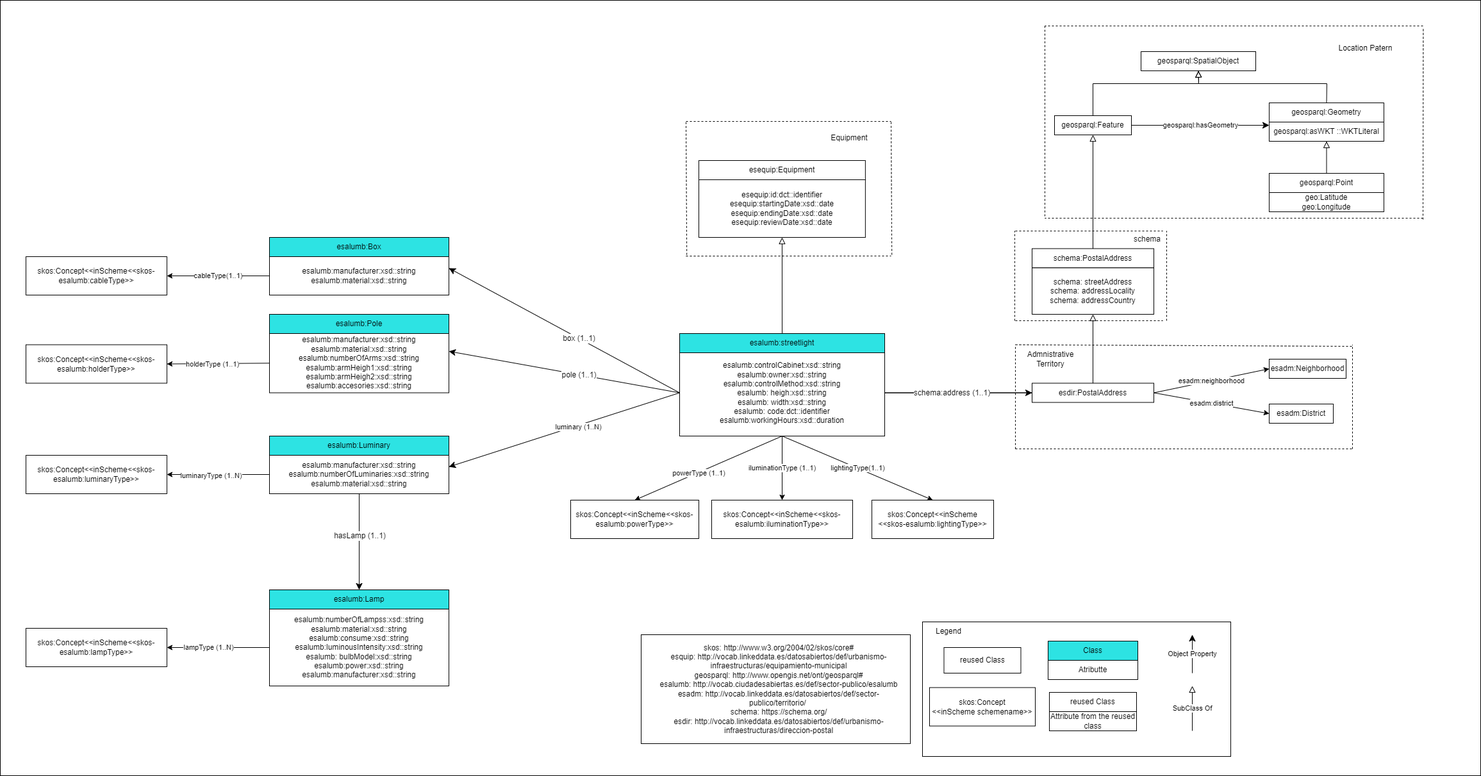
Before: v1.0-rc/ontology/images/Inglés/lightingDiagram.png, a diagram exported from draw.io (opencitydata/urbanismo-infraestructuras-alumbrado-publico). Source tidied: cells renumbered, new cells last; positions are measured from the earlier drawing's top-left corner, leaving out a move shared by most shapes.
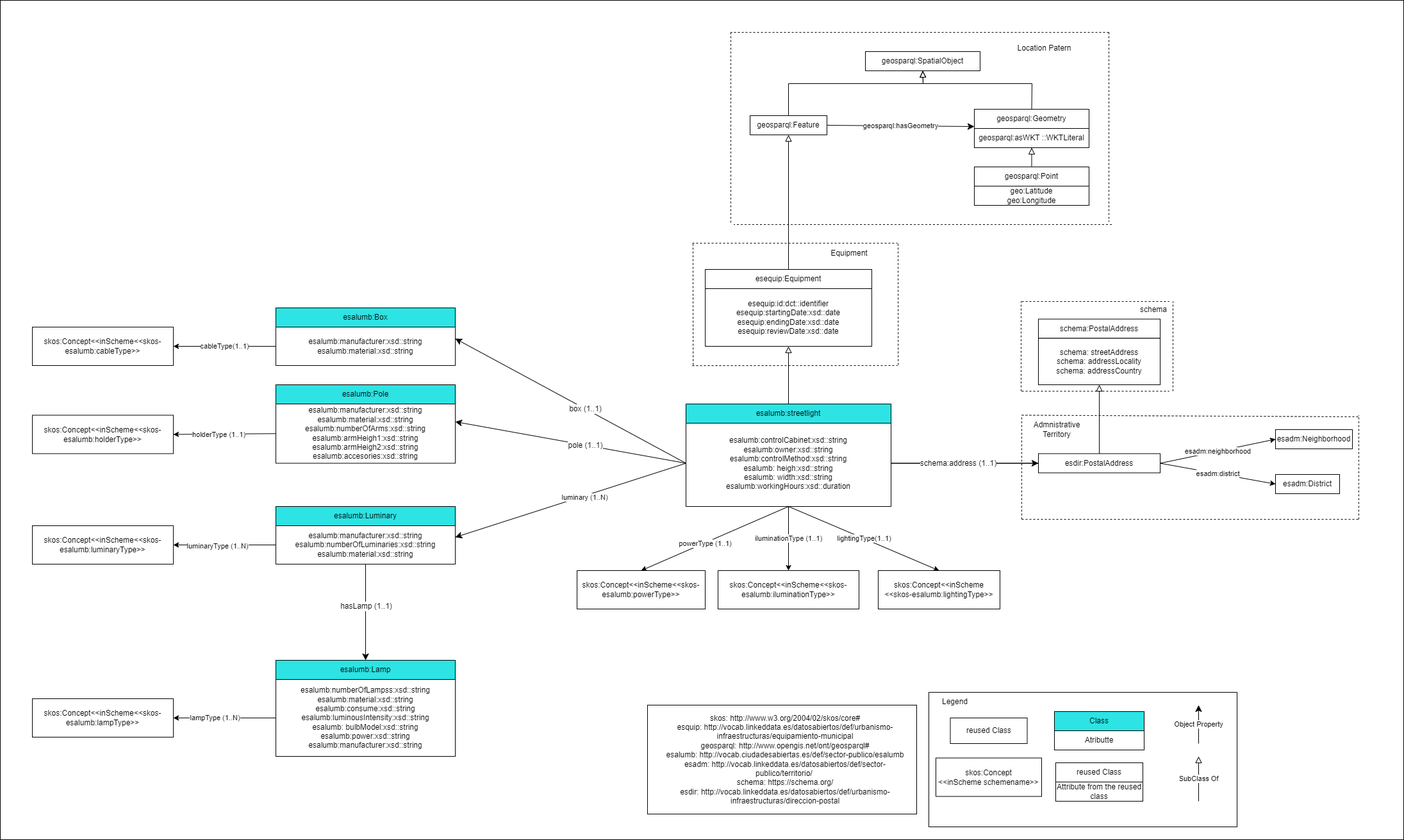
After the commit.

What changed in the source:
```diff
@@ -2,10 +2,10 @@
   <root>
     <mxCell id="0" />
     <mxCell id="1" parent="0" />
-    <mxCell id="2" style="rounded=0;whiteSpace=wrap;html=1;" parent="1" vertex="1">
-      <mxGeometry width="2310" height="1210" as="geometry" />
-    </mxCell>
+    <mxCell id="98" style="rounded=0;whiteSpace=wrap;html=1;" parent="1" vertex="1">
+      <mxGeometry x="-10" y="-110" width="2190" height="1310" as="geometry" />
+    </mxCell>
-    <mxCell id="3" value="&lt;span&gt;esalumb:controlCabinet:xsd::string&lt;/span&gt;&lt;u&gt;&lt;br&gt;&lt;/u&gt;esalumb:owner:xsd::string&lt;br&gt;esalumb:controlMethod:xsd::string&lt;br&gt;esalumb: heigh:xsd::string&lt;br&gt;esalumb: width:xsd::string&lt;br&gt;esalumb: code:dct::identifier&lt;br&gt;esalumb:workingHours:xsd::duration&lt;span&gt;&lt;br&gt;&lt;/span&gt;" style="rounded=0;whiteSpace=wrap;html=1;snapToPoint=1;points=[[0.1,0],[0.2,0],[0.3,0],[0.4,0],[0.5,0],[0.6,0],[0.7,0],[0.8,0],[0.9,0],[0,0.1],[0,0.3],[0,0.5],[0,0.7],[0,0.9],[0.1,1],[0.2,1],[0.3,1],[0.4,1],[0.5,1],[0.6,1],[0.7,1],[0.8,1],[0.9,1],[1,0.1],[1,0.3],[1,0.5],[1,0.7],[1,0.9]];" parent="1" vertex="1">
+    <mxCell id="3" value="&lt;span&gt;esalumb:controlCabinet:xsd::string&lt;/span&gt;&lt;u&gt;&lt;br&gt;&lt;/u&gt;esalumb:owner:xsd::string&lt;br&gt;esalumb:controlMethod:xsd::string&lt;br&gt;esalumb: heigh:xsd::string&lt;br&gt;esalumb: width:xsd::string&lt;br&gt;esalumb:workingHours:xsd::duration&lt;span&gt;&lt;br&gt;&lt;/span&gt;" style="rounded=0;whiteSpace=wrap;html=1;snapToPoint=1;points=[[0.1,0],[0.2,0],[0.3,0],[0.4,0],[0.5,0],[0.6,0],[0.7,0],[0.8,0],[0.9,0],[0,0.1],[0,0.3],[0,0.5],[0,0.7],[0,0.9],[0.1,1],[0.2,1],[0.3,1],[0.4,1],[0.5,1],[0.6,1],[0.7,1],[0.8,1],[0.9,1],[1,0.1],[1,0.3],[1,0.5],[1,0.7],[1,0.9]];" parent="1" vertex="1">
       <mxGeometry x="1060" y="545" width="320" height="135" as="geometry" />
     </mxCell>
     <mxCell id="4" value="esalumb:streetlight" style="rounded=0;whiteSpace=wrap;html=1;snapToPoint=1;points=[[0.1,0],[0.2,0],[0.3,0],[0.4,0],[0.5,0],[0.6,0],[0.7,0],[0.8,0],[0.9,0],[0,0.1],[0,0.3],[0,0.5],[0,0.7],[0,0.9],[0.1,1],[0.2,1],[0.3,1],[0.4,1],[0.5,1],[0.6,1],[0.7,1],[0.8,1],[0.9,1],[1,0.1],[1,0.3],[1,0.5],[1,0.7],[1,0.9]];fillColor=#2DE3E3;" parent="1" vertex="1">
@@ -62,33 +62,28 @@
       <mxGeometry x="-0.12" y="2" relative="1" as="geometry" />
     </mxCell>
     <mxCell id="21" value="geosparql:Feature" style="rounded=0;whiteSpace=wrap;html=1;snapToPoint=1;points=[[0.1,0],[0.2,0],[0.3,0],[0.4,0],[0.5,0],[0.6,0],[0.7,0],[0.8,0],[0.9,0],[0,0.1],[0,0.3],[0,0.5],[0,0.7],[0,0.9],[0.1,1],[0.2,1],[0.3,1],[0.4,1],[0.5,1],[0.6,1],[0.7,1],[0.8,1],[0.9,1],[1,0.1],[1,0.3],[1,0.5],[1,0.7],[1,0.9]];" parent="1" vertex="1">
-      <mxGeometry x="1645" y="180" width="120" height="30" as="geometry" />
+      <mxGeometry x="1160" y="70" width="120" height="30" as="geometry" />
     </mxCell>
-    <mxCell id="22" style="endArrow=block;html=1;fontColor=#000099;endFill=0;entryX=0.5;entryY=1;entryDx=0;entryDy=0;endSize=8;arcSize=0;rounded=0;exitX=0.5;exitY=0;exitDx=0;exitDy=0;" parent="1" edge="1" source="77" target="21">
+    <mxCell id="22" style="endArrow=block;html=1;fontColor=#000099;endFill=0;entryX=0.5;entryY=1;entryDx=0;entryDy=0;endSize=8;arcSize=0;rounded=0;exitX=0.5;exitY=0;exitDx=0;exitDy=0;" parent="1" edge="1" source="39" target="21">
       <mxGeometry relative="1" as="geometry" />
     </mxCell>
-    <mxCell id="23" value="geosparql:asWKT ::WKTLiteral" style="rounded=0;whiteSpace=wrap;html=1;snapToPoint=1;points=[[0.1,0],[0.2,0],[0.3,0],[0.4,0],[0.5,0],[0.6,0],[0.7,0],[0.8,0],[0.9,0],[0,0.1],[0,0.3],[0,0.5],[0,0.7],[0,0.9],[0.1,1],[0.2,1],[0.3,1],[0.4,1],[0.5,1],[0.6,1],[0.7,1],[0.8,1],[0.9,1],[1,0.1],[1,0.3],[1,0.5],[1,0.7],[1,0.9]];" parent="1" vertex="1">
-      <mxGeometry x="1980" y="190" width="179" height="30" as="geometry" />
-    </mxCell>
     <mxCell id="24" value="geosparql:Geometry" style="rounded=0;whiteSpace=wrap;html=1;snapToPoint=1;points=[[0.1,0],[0.2,0],[0.3,0],[0.4,0],[0.5,0],[0.6,0],[0.7,0],[0.8,0],[0.9,0],[0,0.1],[0,0.3],[0,0.5],[0,0.7],[0,0.9],[0.1,1],[0.2,1],[0.3,1],[0.4,1],[0.5,1],[0.6,1],[0.7,1],[0.8,1],[0.9,1],[1,0.1],[1,0.3],[1,0.5],[1,0.7],[1,0.9]];" parent="1" vertex="1">
-      <mxGeometry x="1980" y="160" width="179" height="30" as="geometry" />
+      <mxGeometry x="1510" y="60" width="179" height="30" as="geometry" />
     </mxCell>
     <mxCell id="25" style="endArrow=block;html=1;fontColor=#000099;endFill=0;endSize=8;arcSize=0;rounded=0;entryX=0.5;entryY=1;entryDx=0;entryDy=0;exitX=0.5;exitY=0;exitDx=0;exitDy=0;" parent="1" edge="1" source="28" target="23">
       <mxGeometry relative="1" as="geometry" />
     </mxCell>
-    <mxCell id="26" value="geosparql:hasGeometry" style="endArrow=classic;html=1;endSize=8;arcSize=0;rounded=0;exitX=1;exitY=0.5;exitDx=0;exitDy=0;" parent="1" edge="1" source="21">
-      <mxGeometry relative="1" as="geometry">
-        <mxPoint x="1980" y="195" as="targetPoint" />
-      </mxGeometry>
+    <mxCell id="26" value="geosparql:hasGeometry" style="endArrow=classic;html=1;endSize=8;arcSize=0;rounded=0;exitDx=0;exitDy=0;startArrow=none;exitX=1;exitY=0.5;entryX=0;entryY=0.9;entryDx=0;entryDy=0;" parent="1" edge="1" source="21" target="24">
+      <mxGeometry relative="1" as="geometry" />
     </mxCell>
     <mxCell id="27" value="geo:Latitude&lt;br&gt;geo:Longitude" style="rounded=0;whiteSpace=wrap;html=1;" parent="1" vertex="1">
-      <mxGeometry x="1980" y="300" width="179" height="30" as="geometry" />
+      <mxGeometry x="1510" y="180" width="179" height="30" as="geometry" />
     </mxCell>
     <mxCell id="28" value="geosparql:Point" style="rounded=0;whiteSpace=wrap;html=1;snapToPoint=1;points=[[0.1,0],[0.2,0],[0.3,0],[0.4,0],[0.5,0],[0.6,0],[0.7,0],[0.8,0],[0.9,0],[0,0.1],[0,0.3],[0,0.5],[0,0.7],[0,0.9],[0.1,1],[0.2,1],[0.3,1],[0.4,1],[0.5,1],[0.6,1],[0.7,1],[0.8,1],[0.9,1],[1,0.1],[1,0.3],[1,0.5],[1,0.7],[1,0.9]];" parent="1" vertex="1">
-      <mxGeometry x="1980" y="270" width="179" height="30" as="geometry" />
+      <mxGeometry x="1510" y="150" width="179" height="30" as="geometry" />
     </mxCell>
     <mxCell id="29" value="geosparql:SpatialObject" style="rounded=0;whiteSpace=wrap;html=1;snapToPoint=1;points=[[0.1,0],[0.2,0],[0.3,0],[0.4,0],[0.5,0],[0.6,0],[0.7,0],[0.8,0],[0.9,0],[0,0.1],[0,0.3],[0,0.5],[0,0.7],[0,0.9],[0.1,1],[0.2,1],[0.3,1],[0.4,1],[0.5,1],[0.6,1],[0.7,1],[0.8,1],[0.9,1],[1,0.1],[1,0.3],[1,0.5],[1,0.7],[1,0.9]];" parent="1" vertex="1">
-      <mxGeometry x="1780" y="80" width="179" height="30" as="geometry" />
+      <mxGeometry x="1340" y="-30" width="179" height="30" as="geometry" />
     </mxCell>
     <mxCell id="30" style="rounded=0;whiteSpace=wrap;html=1;" parent="1" vertex="1">
       <mxGeometry x="1439" y="970" width="481" height="210" as="geometry" />
@@ -124,7 +119,7 @@
       <mxGeometry x="1450" y="970" width="60" height="30" as="geometry" />
     </mxCell>
     <mxCell id="39" value="esequip:Equipment" style="rounded=0;whiteSpace=wrap;html=1;snapToPoint=1;points=[[0.1,0],[0.2,0],[0.3,0],[0.4,0],[0.5,0],[0.6,0],[0.7,0],[0.8,0],[0.9,0],[0,0.1],[0,0.3],[0,0.5],[0,0.7],[0,0.9],[0.1,1],[0.2,1],[0.3,1],[0.4,1],[0.5,1],[0.6,1],[0.7,1],[0.8,1],[0.9,1],[1,0.1],[1,0.3],[1,0.5],[1,0.7],[1,0.9]];" parent="1" vertex="1">
-      <mxGeometry x="1090" y="250" width="259.9" height="30" as="geometry" />
+      <mxGeometry x="1090.1" y="310" width="259.9" height="30" as="geometry" />
     </mxCell>
     <mxCell id="40" style="endArrow=classic;html=1;exitX=0.5;exitY=1;exitDx=0;exitDy=0;entryX=0.5;entryY=0;entryDx=0;entryDy=0;endSize=8;arcSize=0;rounded=0;" parent="1" edge="1" source="10" target="13">
       <mxGeometry relative="1" as="geometry" />
@@ -136,13 +131,13 @@
       <mxGeometry relative="1" as="geometry" />
     </mxCell>
     <mxCell id="43" value="Location Patern" style="text;html=1;strokeColor=none;fillColor=none;align=center;verticalAlign=middle;whiteSpace=wrap;rounded=0;" parent="1" vertex="1">
-      <mxGeometry x="2059.8" y="60" width="140.5" height="30" as="geometry" />
+      <mxGeometry x="1548.5" y="-50" width="140.5" height="30" as="geometry" />
     </mxCell>
     <mxCell id="44" value="Equipment" style="text;html=1;strokeColor=none;fillColor=none;align=center;verticalAlign=middle;whiteSpace=wrap;rounded=0;" parent="1" vertex="1">
-      <mxGeometry x="1270" y="200" width="110" height="30" as="geometry" />
+      <mxGeometry x="1260" y="270" width="110" height="30" as="geometry" />
     </mxCell>
     <mxCell id="45" value="esequip:id:dct::identifier&lt;br&gt;esequip:startingDate:xsd::date&lt;br&gt;esequip:endingDate:xsd::date&lt;br&gt;esequip:reviewDate:xsd::date" style="rounded=0;whiteSpace=wrap;html=1;snapToPoint=1;points=[[0.1,0],[0.2,0],[0.3,0],[0.4,0],[0.5,0],[0.6,0],[0.7,0],[0.8,0],[0.9,0],[0,0.1],[0,0.3],[0,0.5],[0,0.7],[0,0.9],[0.1,1],[0.2,1],[0.3,1],[0.4,1],[0.5,1],[0.6,1],[0.7,1],[0.8,1],[0.9,1],[1,0.1],[1,0.3],[1,0.5],[1,0.7],[1,0.9]];" parent="1" vertex="1">
-      <mxGeometry x="1090" y="280" width="259.9" height="90" as="geometry" />
+      <mxGeometry x="1090.1" y="340" width="259.9" height="90" as="geometry" />
     </mxCell>
     <mxCell id="46" value="skos:Concept&amp;lt;&amp;lt;inScheme&amp;lt;&amp;lt;skos-esalumb:iluminationType&amp;gt;&amp;gt;" style="rounded=0;whiteSpace=wrap;html=1;" parent="1" vertex="1">
       <mxGeometry x="1110" y="780" width="220" height="60" as="geometry" />
@@ -212,53 +207,53 @@
     </mxCell>
     <mxCell id="66" style="endArrow=none;dashed=1;html=1;rounded=0;" parent="1" edge="1">
       <mxGeometry relative="1" as="geometry">
-        <mxPoint x="1070" y="189" as="sourcePoint" />
-        <mxPoint x="1390" y="189" as="targetPoint" />
+        <mxPoint x="1070" y="269" as="sourcePoint" />
+        <mxPoint x="1390" y="269" as="targetPoint" />
         <Array as="points">
-          <mxPoint x="1150" y="189" />
+          <mxPoint x="1150" y="269" />
         </Array>
       </mxGeometry>
     </mxCell>
     <mxCell id="67" style="endArrow=none;dashed=1;html=1;rounded=0;exitX=0.348;exitY=0.107;exitDx=0;exitDy=0;exitPerimeter=0;" parent="1" edge="1">
       <mxGeometry relative="1" as="geometry">
-        <mxPoint x="1070" y="399.2" as="sourcePoint" />
-        <mxPoint x="1390" y="399" as="targetPoint" />
+        <mxPoint x="1070" y="460.2" as="sourcePoint" />
+        <mxPoint x="1390" y="460" as="targetPoint" />
       </mxGeometry>
     </mxCell>
-    <mxCell id="68" style="endArrow=none;dashed=1;html=1;rounded=0;exitX=0.344;exitY=0.107;exitDx=0;exitDy=0;exitPerimeter=0;" parent="1" edge="1">
+    <mxCell id="68" style="endArrow=none;dashed=1;html=1;rounded=0;" parent="1" edge="1">
       <mxGeometry relative="1" as="geometry">
-        <mxPoint x="1070" y="190.2" as="sourcePoint" />
-        <mxPoint x="1071.2" y="400" as="targetPoint" />
+        <mxPoint x="1071" y="270" as="sourcePoint" />
+        <mxPoint x="1071.2" y="460" as="targetPoint" />
       </mxGeometry>
     </mxCell>
-    <mxCell id="69" style="endArrow=none;dashed=1;html=1;rounded=0;exitX=0.344;exitY=0.107;exitDx=0;exitDy=0;exitPerimeter=0;" parent="1" edge="1">
+    <mxCell id="69" style="endArrow=none;dashed=1;html=1;rounded=0;" parent="1" edge="1">
       <mxGeometry relative="1" as="geometry">
-        <mxPoint x="1390" y="190" as="sourcePoint" />
-        <mxPoint x="1391.2" y="399.8" as="targetPoint" />
+        <mxPoint x="1391" y="270" as="sourcePoint" />
+        <mxPoint x="1391.2" y="460" as="targetPoint" />
       </mxGeometry>
     </mxCell>
     <mxCell id="70" style="endArrow=none;dashed=1;html=1;rounded=0;exitX=0.478;exitY=0.076;exitDx=0;exitDy=0;exitPerimeter=0;entryX=0.478;entryY=0.305;entryDx=0;entryDy=0;entryPerimeter=0;" parent="1" edge="1">
       <mxGeometry relative="1" as="geometry">
-        <mxPoint x="1630" y="40" as="sourcePoint" />
-        <mxPoint x="1630" y="340" as="targetPoint" />
+        <mxPoint x="1130" y="-60" as="sourcePoint" />
+        <mxPoint x="1130" y="240" as="targetPoint" />
       </mxGeometry>
     </mxCell>
     <mxCell id="71" style="endArrow=none;dashed=1;html=1;rounded=0;" parent="1" edge="1">
       <mxGeometry relative="1" as="geometry">
-        <mxPoint x="2220.4" y="45" as="sourcePoint" />
-        <mxPoint x="2220" y="345" as="targetPoint" />
+        <mxPoint x="1720" y="-60" as="sourcePoint" />
+        <mxPoint x="1720" y="235" as="targetPoint" />
       </mxGeometry>
     </mxCell>
     <mxCell id="72" style="endArrow=none;dashed=1;html=1;rounded=0;" parent="1" edge="1">
       <mxGeometry relative="1" as="geometry">
-        <mxPoint x="2220" y="340" as="sourcePoint" />
-        <mxPoint x="1630" y="340" as="targetPoint" />
+        <mxPoint x="1724.5" y="240" as="sourcePoint" />
+        <mxPoint x="1134.5" y="240" as="targetPoint" />
       </mxGeometry>
     </mxCell>
     <mxCell id="73" style="endArrow=none;dashed=1;html=1;rounded=0;" parent="1" edge="1">
       <mxGeometry relative="1" as="geometry">
-        <mxPoint x="2220" y="40" as="sourcePoint" />
-        <mxPoint x="1630" y="40" as="targetPoint" />
+        <mxPoint x="1720" y="-60" as="sourcePoint" />
+        <mxPoint x="1130" y="-60" as="targetPoint" />
       </mxGeometry>
     </mxCell>
     <mxCell id="74" style="rounded=0;whiteSpace=wrap;html=1;" parent="1" vertex="1">
@@ -318,22 +313,6 @@
     <mxCell id="88" value="Admnistrative Territory" style="text;html=1;strokeColor=none;fillColor=none;align=center;verticalAlign=middle;whiteSpace=wrap;rounded=0;" parent="1" vertex="1">
       <mxGeometry x="1584" y="545" width="110" height="30" as="geometry" />
     </mxCell>
-    <mxCell id="89" style="endArrow=block;html=1;fontColor=#000099;endFill=0;entryX=0.5;entryY=1;entryDx=0;entryDy=0;endSize=8;arcSize=0;rounded=0;exitX=0.5;exitY=0;exitDx=0;exitDy=0;" parent="1" edge="1" source="21" target="29">
-      <mxGeometry relative="1" as="geometry">
-        <Array as="points">
-          <mxPoint x="1705" y="130" />
-          <mxPoint x="1870" y="130" />
-        </Array>
-      </mxGeometry>
-    </mxCell>
-    <mxCell id="90" style="endArrow=block;html=1;fontColor=#000099;endFill=0;entryX=0.5;entryY=1;entryDx=0;entryDy=0;endSize=8;arcSize=0;rounded=0;exitX=0.5;exitY=0;exitDx=0;exitDy=0;" parent="1" edge="1" source="24" target="29">
-      <mxGeometry relative="1" as="geometry">
-        <Array as="points">
-          <mxPoint x="2070" y="130" />
-          <mxPoint x="1870" y="130" />
-        </Array>
-      </mxGeometry>
-    </mxCell>
     <mxCell id="91" style="endArrow=classic;html=1;exitX=1;exitY=0.5;exitDx=0;exitDy=0;entryX=0;entryY=0.5;entryDx=0;entryDy=0;endSize=8;arcSize=0;rounded=0;" parent="1" edge="1">
       <mxGeometry relative="1" as="geometry">
         <mxPoint x="1380" y="612.5" as="sourcePoint" />
@@ -372,5 +351,24 @@
     <mxCell id="97" value="schema" style="text;html=1;strokeColor=none;fillColor=none;align=center;verticalAlign=middle;whiteSpace=wrap;rounded=0;" parent="1" vertex="1">
       <mxGeometry x="1760" y="357.5" width="60" height="30" as="geometry" />
     </mxCell>
+    <mxCell id="23" value="geosparql:asWKT ::WKTLiteral" style="rounded=0;whiteSpace=wrap;html=1;snapToPoint=1;points=[[0.1,0],[0.2,0],[0.3,0],[0.4,0],[0.5,0],[0.6,0],[0.7,0],[0.8,0],[0.9,0],[0,0.1],[0,0.3],[0,0.5],[0,0.7],[0,0.9],[0.1,1],[0.2,1],[0.3,1],[0.4,1],[0.5,1],[0.6,1],[0.7,1],[0.8,1],[0.9,1],[1,0.1],[1,0.3],[1,0.5],[1,0.7],[1,0.9]];" parent="1" vertex="1">
+      <mxGeometry x="1510" y="90" width="179" height="30" as="geometry" />
+    </mxCell>
+    <mxCell id="89" style="endArrow=block;html=1;fontColor=#000099;endFill=0;entryX=0.5;entryY=1;entryDx=0;entryDy=0;endSize=8;arcSize=0;rounded=0;exitX=0.5;exitY=0;exitDx=0;exitDy=0;" parent="1" edge="1" source="21" target="29">
+      <mxGeometry relative="1" as="geometry">
+        <Array as="points">
+          <mxPoint x="1220" y="20" />
+          <mxPoint x="1430" y="20" />
+        </Array>
+      </mxGeometry>
+    </mxCell>
+    <mxCell id="90" style="endArrow=block;html=1;fontColor=#000099;endFill=0;entryX=0.5;entryY=1;entryDx=0;entryDy=0;endSize=8;arcSize=0;rounded=0;exitX=0.5;exitY=0;exitDx=0;exitDy=0;" parent="1" edge="1" source="24" target="29">
+      <mxGeometry relative="1" as="geometry">
+        <Array as="points">
+          <mxPoint x="1600" y="20" />
+          <mxPoint x="1430" y="20" />
+        </Array>
+      </mxGeometry>
+    </mxCell>
   </root>
 </mxGraphModel>
```
